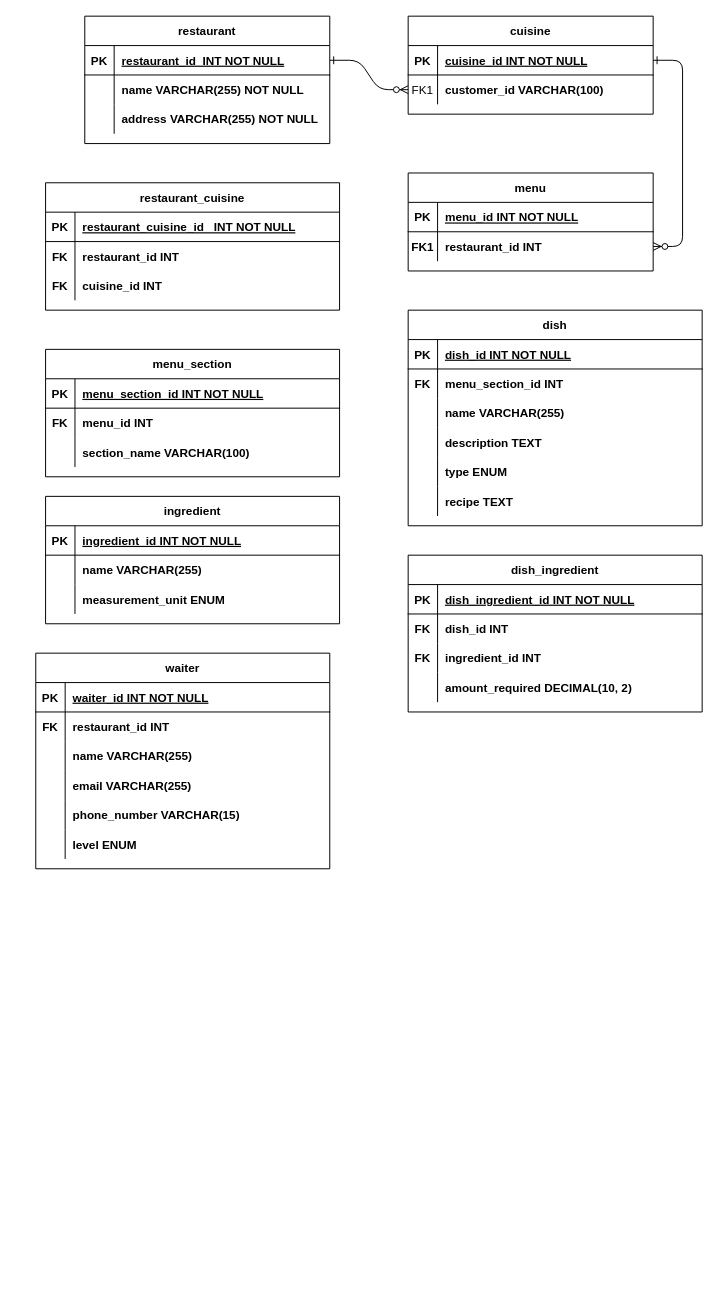
The draw.io diagram Restaurant-Management-System-Schema.drawio in geeky-sanjay/class-diagrams, before the edit. Source tidied: cells renumbered, new cells numbered last; positions are measured from the earlier drawing's top-left corner, leaving out a move shared by most shapes. Both pictures are drawn from the tidied source at 98%, with x=0, y=0 at pixel (35, 16).
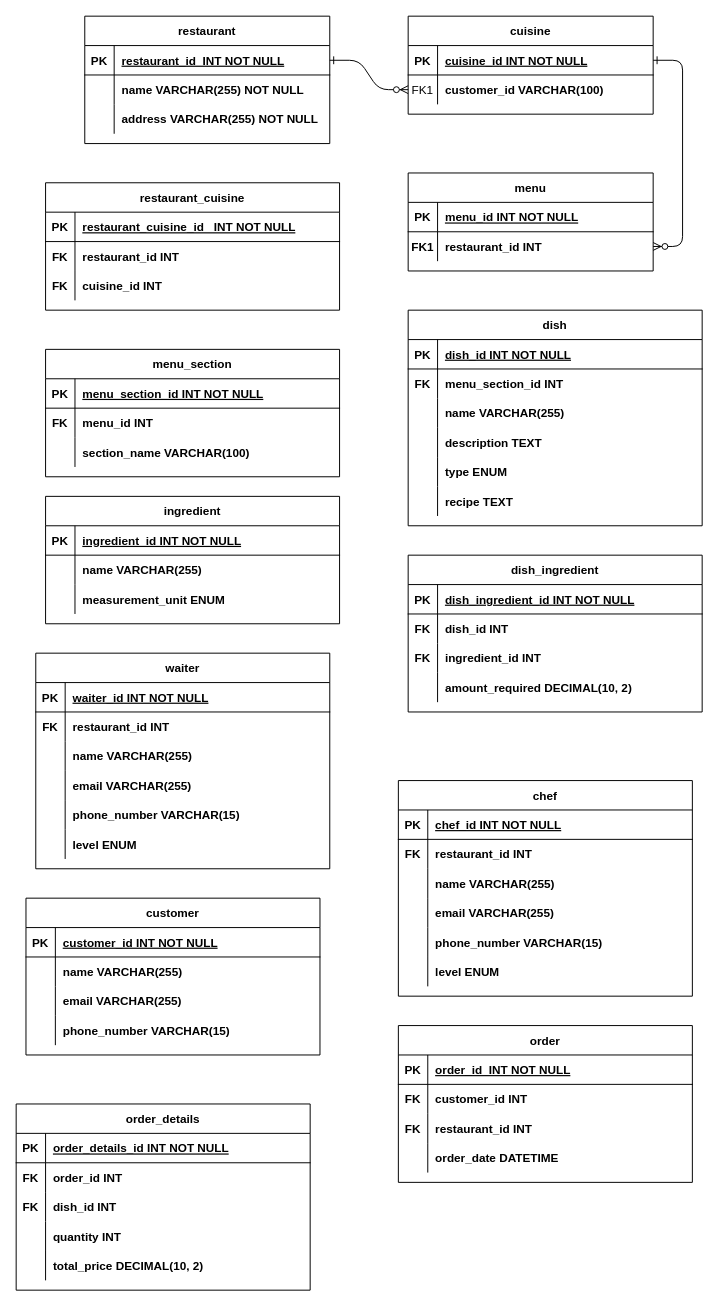
The same page after the edit.

Change to the diagram source:
```diff
@@
+    <mxCell id="109" value="chef" style="shape=table;startSize=30;childLayout=tableLayout;rowLines=0;fontStyle=1;align=center;" parent="1" vertex="1">
+      <mxGeometry x="370" y="780" width="300" height="220" as="geometry" />
+    </mxCell>
+    <mxCell id="110" style="shape=partialRectangle;fillColor=none;top=0;left=0;right=0;bottom=1;" parent="109" vertex="1">
+      <mxGeometry y="30" width="300" height="30" as="geometry" />
+    </mxCell>
+    <mxCell id="111" value="PK" style="shape=partialRectangle;overflow=hidden;fillColor=none;top=0;left=0;bottom=0;right=0;fontStyle=1;" parent="110" vertex="1">
+      <mxGeometry width="30" height="30" as="geometry" />
+    </mxCell>
+    <mxCell id="112" value="chef_id INT NOT NULL " style="shape=partialRectangle;overflow=hidden;fillColor=none;top=0;left=0;bottom=0;right=0;align=left;spacingLeft=6;fontStyle=5;" parent="110" vertex="1">
+      <mxGeometry x="30" width="270" height="30" as="geometry" />
+    </mxCell>
+    <mxCell id="113" style="shape=partialRectangle;fillColor=none;top=0;left=0;right=0;bottom=0;" parent="109" vertex="1">
+      <mxGeometry y="60" width="300" height="30" as="geometry" />
+    </mxCell>
+    <mxCell id="114" value="FK" style="shape=partialRectangle;overflow=hidden;fillColor=none;top=0;left=0;bottom=0;right=0;fontStyle=1;" parent="113" vertex="1">
+      <mxGeometry width="30" height="30" as="geometry" />
+    </mxCell>
+    <mxCell id="115" value="restaurant_id INT " style="shape=partialRectangle;overflow=hidden;fillColor=none;top=0;left=0;bottom=0;right=0;align=left;spacingLeft=6;fontStyle=1;" parent="113" vertex="1">
+      <mxGeometry x="30" width="270" height="30" as="geometry" />
+    </mxCell>
+    <mxCell id="116" style="shape=partialRectangle;fillColor=none;top=0;left=0;right=0;bottom=0;" parent="109" vertex="1">
+      <mxGeometry y="90" width="300" height="30" as="geometry" />
+    </mxCell>
+    <mxCell id="117" style="shape=partialRectangle;overflow=hidden;fillColor=none;top=0;left=0;bottom=0;right=0;fontStyle=1;" parent="116" vertex="1">
+      <mxGeometry width="30" height="30" as="geometry" />
+    </mxCell>
+    <mxCell id="118" value="name VARCHAR(255)" style="shape=partialRectangle;overflow=hidden;fillColor=none;top=0;left=0;bottom=0;right=0;align=left;spacingLeft=6;fontStyle=1;" parent="116" vertex="1">
+      <mxGeometry x="30" width="270" height="30" as="geometry" />
+    </mxCell>
+    <mxCell id="119" style="shape=partialRectangle;fillColor=none;top=0;left=0;right=0;bottom=0;" parent="109" vertex="1">
+      <mxGeometry y="120" width="300" height="30" as="geometry" />
+    </mxCell>
+    <mxCell id="120" style="shape=partialRectangle;overflow=hidden;fillColor=none;top=0;left=0;bottom=0;right=0;fontStyle=1;" parent="119" vertex="1">
+      <mxGeometry width="30" height="30" as="geometry" />
+    </mxCell>
+    <mxCell id="121" value="email VARCHAR(255)" style="shape=partialRectangle;overflow=hidden;fillColor=none;top=0;left=0;bottom=0;right=0;align=left;spacingLeft=6;fontStyle=1;" parent="119" vertex="1">
+      <mxGeometry x="30" width="270" height="30" as="geometry" />
+    </mxCell>
+    <mxCell id="122" style="shape=partialRectangle;fillColor=none;top=0;left=0;right=0;bottom=0;" parent="109" vertex="1">
+      <mxGeometry y="150" width="300" height="30" as="geometry" />
+    </mxCell>
+    <mxCell id="123" style="shape=partialRectangle;overflow=hidden;fillColor=none;top=0;left=0;bottom=0;right=0;fontStyle=1;" parent="122" vertex="1">
+      <mxGeometry width="30" height="30" as="geometry" />
+    </mxCell>
+    <mxCell id="124" value="phone_number VARCHAR(15)" style="shape=partialRectangle;overflow=hidden;fillColor=none;top=0;left=0;bottom=0;right=0;align=left;spacingLeft=6;fontStyle=1;" parent="122" vertex="1">
+      <mxGeometry x="30" width="270" height="30" as="geometry" />
+    </mxCell>
+    <mxCell id="125" style="shape=partialRectangle;fillColor=none;top=0;left=0;right=0;bottom=0;" parent="109" vertex="1">
+      <mxGeometry y="180" width="300" height="30" as="geometry" />
+    </mxCell>
+    <mxCell id="126" style="shape=partialRectangle;overflow=hidden;fillColor=none;top=0;left=0;bottom=0;right=0;fontStyle=1;" parent="125" vertex="1">
+      <mxGeometry width="30" height="30" as="geometry" />
+    </mxCell>
+    <mxCell id="127" value="level ENUM" style="shape=partialRectangle;overflow=hidden;fillColor=none;top=0;left=0;bottom=0;right=0;align=left;spacingLeft=6;fontStyle=1;" parent="125" vertex="1">
+      <mxGeometry x="30" width="270" height="30" as="geometry" />
+    </mxCell>
+    <mxCell id="128" value="customer" style="shape=table;startSize=30;childLayout=tableLayout;rowLines=0;fontStyle=1;align=center;" parent="1" vertex="1">
+      <mxGeometry x="-10" y="900" width="300" height="160" as="geometry" />
+    </mxCell>
+    <mxCell id="129" style="shape=partialRectangle;fillColor=none;top=0;left=0;right=0;bottom=1;" parent="128" vertex="1">
+      <mxGeometry y="30" width="300" height="30" as="geometry" />
+    </mxCell>
+    <mxCell id="130" value="PK" style="shape=partialRectangle;overflow=hidden;fillColor=none;top=0;left=0;bottom=0;right=0;fontStyle=1;" parent="129" vertex="1">
+      <mxGeometry width="30" height="30" as="geometry" />
+    </mxCell>
+    <mxCell id="131" value="customer_id INT NOT NULL " style="shape=partialRectangle;overflow=hidden;fillColor=none;top=0;left=0;bottom=0;right=0;align=left;spacingLeft=6;fontStyle=5;" parent="129" vertex="1">
+      <mxGeometry x="30" width="270" height="30" as="geometry" />
+    </mxCell>
+    <mxCell id="132" style="shape=partialRectangle;fillColor=none;top=0;left=0;right=0;bottom=0;" parent="128" vertex="1">
+      <mxGeometry y="60" width="300" height="30" as="geometry" />
+    </mxCell>
+    <mxCell id="133" style="shape=partialRectangle;overflow=hidden;fillColor=none;top=0;left=0;bottom=0;right=0;fontStyle=1;" parent="132" vertex="1">
+      <mxGeometry width="30" height="30" as="geometry" />
+    </mxCell>
+    <mxCell id="134" value="name VARCHAR(255)" style="shape=partialRectangle;overflow=hidden;fillColor=none;top=0;left=0;bottom=0;right=0;align=left;spacingLeft=6;fontStyle=1;" parent="132" vertex="1">
+      <mxGeometry x="30" width="270" height="30" as="geometry" />
+    </mxCell>
+    <mxCell id="135" style="shape=partialRectangle;fillColor=none;top=0;left=0;right=0;bottom=0;" parent="128" vertex="1">
+      <mxGeometry y="90" width="300" height="30" as="geometry" />
+    </mxCell>
+    <mxCell id="136" style="shape=partialRectangle;overflow=hidden;fillColor=none;top=0;left=0;bottom=0;right=0;fontStyle=1;" parent="135" vertex="1">
+      <mxGeometry width="30" height="30" as="geometry" />
+    </mxCell>
+    <mxCell id="137" value="email VARCHAR(255)" style="shape=partialRectangle;overflow=hidden;fillColor=none;top=0;left=0;bottom=0;right=0;align=left;spacingLeft=6;fontStyle=1;" parent="135" vertex="1">
+      <mxGeometry x="30" width="270" height="30" as="geometry" />
+    </mxCell>
+    <mxCell id="138" style="shape=partialRectangle;fillColor=none;top=0;left=0;right=0;bottom=0;" parent="128" vertex="1">
+      <mxGeometry y="120" width="300" height="30" as="geometry" />
+    </mxCell>
+    <mxCell id="139" style="shape=partialRectangle;overflow=hidden;fillColor=none;top=0;left=0;bottom=0;right=0;fontStyle=1;" parent="138" vertex="1">
+      <mxGeometry width="30" height="30" as="geometry" />
+    </mxCell>
+    <mxCell id="140" value="phone_number VARCHAR(15)" style="shape=partialRectangle;overflow=hidden;fillColor=none;top=0;left=0;bottom=0;right=0;align=left;spacingLeft=6;fontStyle=1;" parent="138" vertex="1">
+      <mxGeometry x="30" width="270" height="30" as="geometry" />
+    </mxCell>
+    <mxCell id="141" value="order" style="shape=table;startSize=30;childLayout=tableLayout;rowLines=0;fontStyle=1;align=center;" parent="1" vertex="1">
+      <mxGeometry x="370" y="1030" width="300" height="160" as="geometry" />
+    </mxCell>
+    <mxCell id="142" style="shape=partialRectangle;fillColor=none;top=0;left=0;right=0;bottom=1;" parent="141" vertex="1">
+      <mxGeometry y="30" width="300" height="30" as="geometry" />
+    </mxCell>
+    <mxCell id="143" value="PK" style="shape=partialRectangle;overflow=hidden;fillColor=none;top=0;left=0;bottom=0;right=0;fontStyle=1;" parent="142" vertex="1">
+      <mxGeometry width="30" height="30" as="geometry" />
+    </mxCell>
+    <mxCell id="144" value="order_id  INT NOT NULL " style="shape=partialRectangle;overflow=hidden;fillColor=none;top=0;left=0;bottom=0;right=0;align=left;spacingLeft=6;fontStyle=5;" parent="142" vertex="1">
+      <mxGeometry x="30" width="270" height="30" as="geometry" />
+    </mxCell>
+    <mxCell id="145" style="shape=partialRectangle;fillColor=none;top=0;left=0;right=0;bottom=0;" parent="141" vertex="1">
+      <mxGeometry y="60" width="300" height="30" as="geometry" />
+    </mxCell>
+    <mxCell id="146" value="FK" style="shape=partialRectangle;overflow=hidden;fillColor=none;top=0;left=0;bottom=0;right=0;fontStyle=1;" parent="145" vertex="1">
+      <mxGeometry width="30" height="30" as="geometry" />
+    </mxCell>
+    <mxCell id="147" value="customer_id INT" style="shape=partialRectangle;overflow=hidden;fillColor=none;top=0;left=0;bottom=0;right=0;align=left;spacingLeft=6;fontStyle=1;" parent="145" vertex="1">
+      <mxGeometry x="30" width="270" height="30" as="geometry" />
+    </mxCell>
+    <mxCell id="148" style="shape=partialRectangle;fillColor=none;top=0;left=0;right=0;bottom=0;" parent="141" vertex="1">
+      <mxGeometry y="90" width="300" height="30" as="geometry" />
+    </mxCell>
+    <mxCell id="149" value="FK" style="shape=partialRectangle;overflow=hidden;fillColor=none;top=0;left=0;bottom=0;right=0;fontStyle=1;" parent="148" vertex="1">
+      <mxGeometry width="30" height="30" as="geometry" />
+    </mxCell>
+    <mxCell id="150" value="restaurant_id INT" style="shape=partialRectangle;overflow=hidden;fillColor=none;top=0;left=0;bottom=0;right=0;align=left;spacingLeft=6;fontStyle=1;" parent="148" vertex="1">
+      <mxGeometry x="30" width="270" height="30" as="geometry" />
+    </mxCell>
+    <mxCell id="151" style="shape=partialRectangle;fillColor=none;top=0;left=0;right=0;bottom=0;" parent="141" vertex="1">
+      <mxGeometry y="120" width="300" height="30" as="geometry" />
+    </mxCell>
+    <mxCell id="152" style="shape=partialRectangle;overflow=hidden;fillColor=none;top=0;left=0;bottom=0;right=0;fontStyle=1;" parent="151" vertex="1">
+      <mxGeometry width="30" height="30" as="geometry" />
+    </mxCell>
+    <mxCell id="153" value="order_date DATETIME" style="shape=partialRectangle;overflow=hidden;fillColor=none;top=0;left=0;bottom=0;right=0;align=left;spacingLeft=6;fontStyle=1;" parent="151" vertex="1">
+      <mxGeometry x="30" width="270" height="30" as="geometry" />
+    </mxCell>
+    <mxCell id="154" value="order_details" style="shape=table;startSize=30;childLayout=tableLayout;rowLines=0;fontStyle=1;align=center;" parent="1" vertex="1">
+      <mxGeometry x="-20" y="1110" width="300" height="190" as="geometry" />
+    </mxCell>
+    <mxCell id="155" style="shape=partialRectangle;fillColor=none;top=0;left=0;right=0;bottom=1;" parent="154" vertex="1">
+      <mxGeometry y="30" width="300" height="30" as="geometry" />
+    </mxCell>
+    <mxCell id="156" value="PK" style="shape=partialRectangle;overflow=hidden;fillColor=none;top=0;left=0;bottom=0;right=0;fontStyle=1;" parent="155" vertex="1">
+      <mxGeometry width="30" height="30" as="geometry" />
+    </mxCell>
+    <mxCell id="157" value="order_details_id INT NOT NULL " style="shape=partialRectangle;overflow=hidden;fillColor=none;top=0;left=0;bottom=0;right=0;align=left;spacingLeft=6;fontStyle=5;" parent="155" vertex="1">
+      <mxGeometry x="30" width="270" height="30" as="geometry" />
+    </mxCell>
+    <mxCell id="158" style="shape=partialRectangle;fillColor=none;top=0;left=0;right=0;bottom=0;" parent="154" vertex="1">
+      <mxGeometry y="60" width="300" height="30" as="geometry" />
+    </mxCell>
+    <mxCell id="159" value="FK" style="shape=partialRectangle;overflow=hidden;fillColor=none;top=0;left=0;bottom=0;right=0;fontStyle=1;" parent="158" vertex="1">
+      <mxGeometry width="30" height="30" as="geometry" />
+    </mxCell>
+    <mxCell id="160" value="order_id INT" style="shape=partialRectangle;overflow=hidden;fillColor=none;top=0;left=0;bottom=0;right=0;align=left;spacingLeft=6;fontStyle=1;" parent="158" vertex="1">
+      <mxGeometry x="30" width="270" height="30" as="geometry" />
+    </mxCell>
+    <mxCell id="161" style="shape=partialRectangle;fillColor=none;top=0;left=0;right=0;bottom=0;" parent="154" vertex="1">
+      <mxGeometry y="90" width="300" height="30" as="geometry" />
+    </mxCell>
+    <mxCell id="162" value="FK" style="shape=partialRectangle;overflow=hidden;fillColor=none;top=0;left=0;bottom=0;right=0;fontStyle=1;" parent="161" vertex="1">
+      <mxGeometry width="30" height="30" as="geometry" />
+    </mxCell>
+    <mxCell id="163" value="dish_id INT" style="shape=partialRectangle;overflow=hidden;fillColor=none;top=0;left=0;bottom=0;right=0;align=left;spacingLeft=6;fontStyle=1;" parent="161" vertex="1">
+      <mxGeometry x="30" width="270" height="30" as="geometry" />
+    </mxCell>
+    <mxCell id="164" style="shape=partialRectangle;fillColor=none;top=0;left=0;right=0;bottom=0;" parent="154" vertex="1">
+      <mxGeometry y="120" width="300" height="30" as="geometry" />
+    </mxCell>
+    <mxCell id="165" style="shape=partialRectangle;overflow=hidden;fillColor=none;top=0;left=0;bottom=0;right=0;fontStyle=1;" parent="164" vertex="1">
+      <mxGeometry width="30" height="30" as="geometry" />
+    </mxCell>
+    <mxCell id="166" value="quantity INT" style="shape=partialRectangle;overflow=hidden;fillColor=none;top=0;left=0;bottom=0;right=0;align=left;spacingLeft=6;fontStyle=1;" parent="164" vertex="1">
+      <mxGeometry x="30" width="270" height="30" as="geometry" />
+    </mxCell>
+    <mxCell id="167" style="shape=partialRectangle;fillColor=none;top=0;left=0;right=0;bottom=0;" parent="154" vertex="1">
+      <mxGeometry y="150" width="300" height="30" as="geometry" />
+    </mxCell>
+    <mxCell id="168" style="shape=partialRectangle;overflow=hidden;fillColor=none;top=0;left=0;bottom=0;right=0;fontStyle=1;" parent="167" vertex="1">
+      <mxGeometry width="30" height="30" as="geometry" />
+    </mxCell>
+    <mxCell id="169" value="total_price DECIMAL(10, 2)" style="shape=partialRectangle;overflow=hidden;fillColor=none;top=0;left=0;bottom=0;right=0;align=left;spacingLeft=6;fontStyle=1;" parent="167" vertex="1">
+      <mxGeometry x="30" width="270" height="30" as="geometry" />
+    </mxCell>
```
